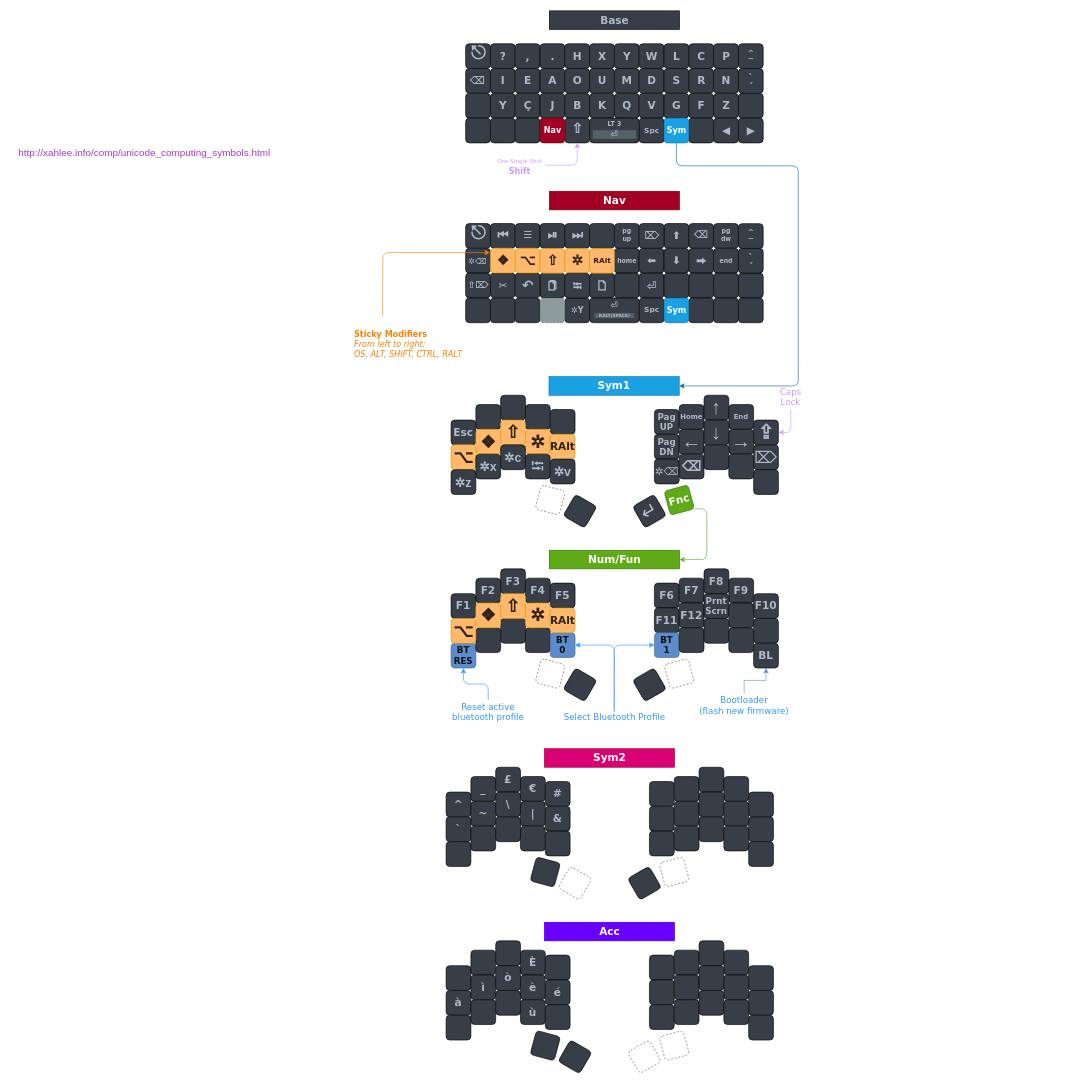
This is Keyboards/diagram/CSTC40 - QWERTY.drawio from DropDeadAlex/sys-customs, a draw.io file, before an edit. Source tidied: cells renumbered, new cells numbered last; positions are measured from the earlier drawing's top-left corner, leaving out a move shared by most shapes. Both pictures are drawn from the tidied source at 62%, with x=0, y=0 at pixel (11, 11).
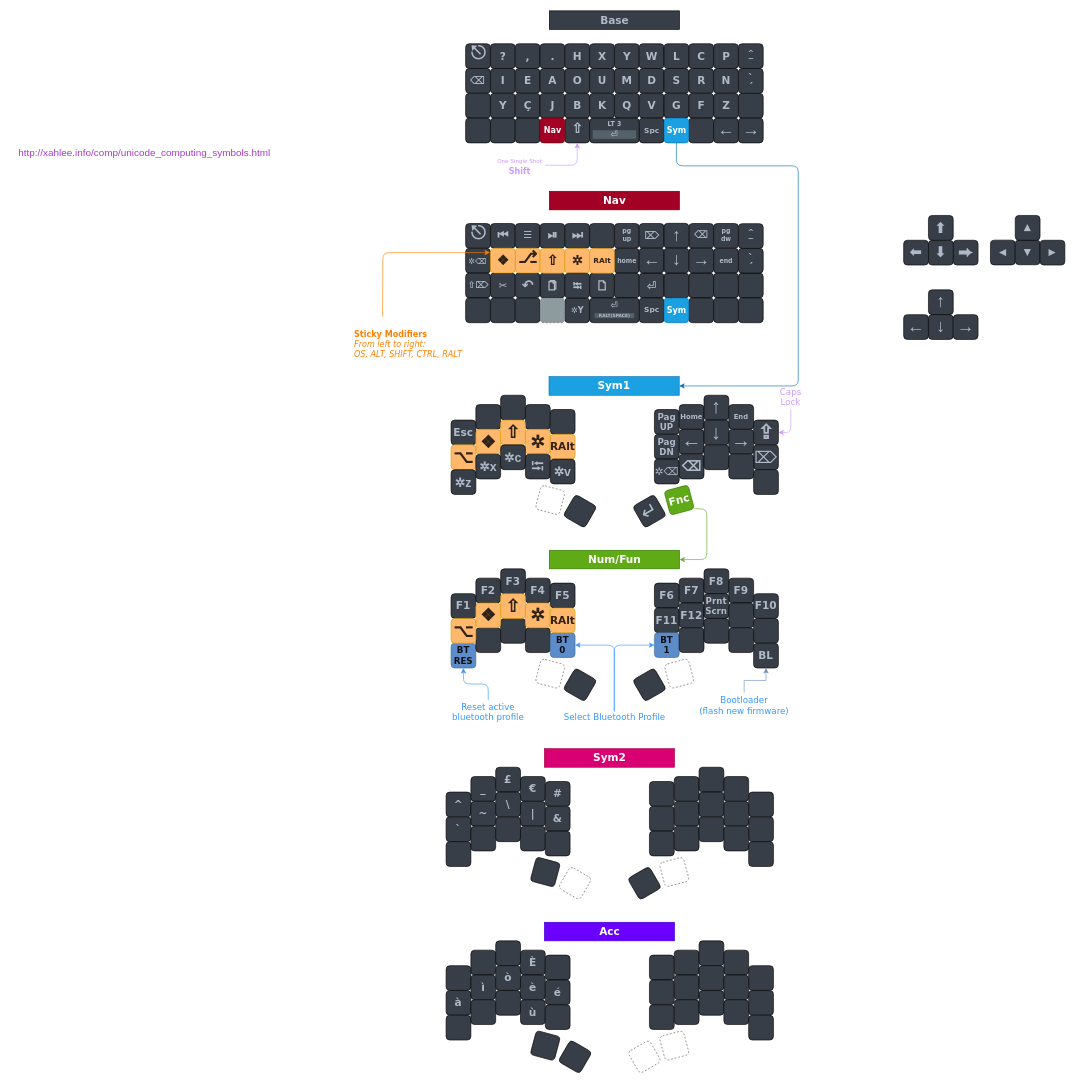
After the change.

What changed in the source:
```diff
@@
-    <mxCell id="24" value="&lt;span style=&quot;font-family: &amp;quot;segoe ui emoji&amp;quot;, &amp;quot;apple color emoji&amp;quot;, &amp;quot;noto color emoji&amp;quot;; font-size: 32px;&quot;&gt;↑&lt;/span&gt;" style="whiteSpace=wrap;html=1;fontSize=17;fontFamily=Verdana;fontStyle=1;fontColor=#AFB9C7;fillColor=#383E47;rounded=1;" parent="1" vertex="1">
+    <mxCell id="24" value="&lt;span style=&quot;font-family: &amp;quot;segoe ui emoji&amp;quot;, &amp;quot;apple color emoji&amp;quot;, &amp;quot;noto color emoji&amp;quot;; font-size: 32px;&quot;&gt;↑&lt;/span&gt;" style="whiteSpace=wrap;html=1;fontSize=17;fontFamily=Verdana;fontStyle=1;fontColor=#AFB9C7;fillColor=#383E47;rounded=1;spacingTop=-4;" parent="1" vertex="1">
       <mxGeometry x="1118" y="620" width="40" height="40" as="geometry" />
     </mxCell>
@@
-    <mxCell id="28" value="&lt;span style=&quot;font-family: &amp;quot;segoe ui emoji&amp;quot;, &amp;quot;apple color emoji&amp;quot;, &amp;quot;noto color emoji&amp;quot;; font-size: 32px;&quot;&gt;←&lt;/span&gt;" style="whiteSpace=wrap;html=1;fontSize=17;fontFamily=Verdana;fontStyle=1;fontColor=#AFB9C7;fillColor=#383E47;rounded=1;" parent="1" vertex="1">
+    <mxCell id="28" value="&lt;span style=&quot;font-family: &amp;quot;segoe ui emoji&amp;quot;, &amp;quot;apple color emoji&amp;quot;, &amp;quot;noto color emoji&amp;quot;; font-size: 32px;&quot;&gt;←&lt;/span&gt;" style="whiteSpace=wrap;html=1;fontSize=17;fontFamily=Verdana;fontStyle=1;fontColor=#AFB9C7;fillColor=#383E47;rounded=1;spacingTop=-4;" parent="1" vertex="1">
       <mxGeometry x="1078" y="675" width="40" height="40" as="geometry" />
     </mxCell>
@@
-    <mxCell id="30" value="&lt;span style=&quot;font-family: &amp;quot;segoe ui emoji&amp;quot;, &amp;quot;apple color emoji&amp;quot;, &amp;quot;noto color emoji&amp;quot;; font-size: 32px;&quot;&gt;→&lt;/span&gt;" style="whiteSpace=wrap;html=1;fontSize=17;fontFamily=Verdana;fontStyle=1;fontColor=#AFB9C7;fillColor=#383E47;rounded=1;" parent="1" vertex="1">
+    <mxCell id="30" value="&lt;span style=&quot;font-family: &amp;quot;segoe ui emoji&amp;quot;, &amp;quot;apple color emoji&amp;quot;, &amp;quot;noto color emoji&amp;quot;; font-size: 32px;&quot;&gt;→&lt;/span&gt;" style="whiteSpace=wrap;html=1;fontSize=17;fontFamily=Verdana;fontStyle=1;fontColor=#AFB9C7;fillColor=#383E47;rounded=1;spacingTop=-4;" parent="1" vertex="1">
       <mxGeometry x="1158" y="675" width="40" height="40" as="geometry" />
     </mxCell>
@@
-    <mxCell id="196" value="◀" style="whiteSpace=wrap;html=1;fontSize=17;fontFamily=Verdana;fontStyle=1;fontColor=#AFB9C7;fillColor=#383E47;rounded=1;" parent="1" vertex="1">
-      <mxGeometry x="1133.5" y="173" width="40" height="40" as="geometry" />
-    </mxCell>
@@
-    <mxCell id="201" value="▶" style="whiteSpace=wrap;html=1;fontSize=17;fontFamily=Verdana;fontStyle=1;fontColor=#AFB9C7;fillColor=#383E47;rounded=1;" parent="1" vertex="1">
-      <mxGeometry x="1173.5" y="173" width="40" height="40" as="geometry" />
-    </mxCell>
@@
-    <mxCell id="212" value="↶" style="whiteSpace=wrap;html=1;fontSize=22;fontFamily=Verdana;fontStyle=1;fontColor=#AFB9C7;fillColor=#383E47;rounded=1;spacingBottom=-1;" parent="1" vertex="1">
+    <mxCell id="212" value="↶" style="whiteSpace=wrap;html=1;fontSize=23;fontFamily=Verdana;fontStyle=1;fontColor=#AFB9C7;fillColor=#383E47;rounded=1;spacingBottom=-1;" parent="1" vertex="1">
       <mxGeometry x="813.5" y="422.7" width="40" height="40" as="geometry" />
     </mxCell>
@@
-    <mxCell id="215" value="⬆" style="whiteSpace=wrap;html=1;fontSize=17;fontFamily=Verdana;fontStyle=1;fontColor=#AFB9C7;fillColor=#383E47;rounded=1;" parent="1" vertex="1">
-      <mxGeometry x="1053.5" y="343" width="40" height="40" as="geometry" />
-    </mxCell>
@@
-    <mxCell id="219" value="⬅" style="whiteSpace=wrap;html=1;fontSize=17;fontFamily=Verdana;fontStyle=1;fontColor=#AFB9C7;fillColor=#383E47;rounded=1;" parent="1" vertex="1">
-      <mxGeometry x="1013.5" y="383" width="40" height="40" as="geometry" />
+    <mxCell id="219" value="◀" style="whiteSpace=wrap;html=1;fontSize=15;fontFamily=Verdana;fontStyle=1;fontColor=#AFB9C7;fillColor=#383E47;rounded=1;spacingTop=-4;" parent="1" vertex="1">
+      <mxGeometry x="1580" y="369.8" width="40" height="40" as="geometry" />
     </mxCell>
-    <mxCell id="220" value="⬇" style="whiteSpace=wrap;html=1;fontSize=17;fontFamily=Verdana;fontStyle=1;fontColor=#AFB9C7;fillColor=#383E47;rounded=1;" parent="1" vertex="1">
-      <mxGeometry x="1053.5" y="383" width="40" height="40" as="geometry" />
-    </mxCell>
-    <mxCell id="221" value="⮕" style="whiteSpace=wrap;html=1;fontSize=17;fontFamily=Verdana;fontStyle=1;fontColor=#AFB9C7;fillColor=#383E47;rounded=1;" parent="1" vertex="1">
-      <mxGeometry x="1093.5" y="383" width="40" height="40" as="geometry" />
+    <mxCell id="221" value="⮕" style="whiteSpace=wrap;html=1;fontSize=24;fontFamily=Verdana;fontStyle=1;fontColor=#AFB9C7;fillColor=#383E47;rounded=1;" parent="1" vertex="1">
+      <mxGeometry x="1520" y="370" width="40" height="40" as="geometry" />
     </mxCell>
@@
-    <mxCell id="246" value="&lt;span style=&quot;font-family: &amp;quot;segoe ui emoji&amp;quot;, &amp;quot;apple color emoji&amp;quot;, &amp;quot;noto color emoji&amp;quot;; font-size: 22px;&quot;&gt;⌥&lt;/span&gt;" style="whiteSpace=wrap;html=1;fontSize=22;fontFamily=Verdana;fontStyle=1;fillColor=#ffb86c;strokeColor=#d79b00;fontColor=#302316;rounded=1;" parent="1" vertex="1">
+    <mxCell id="246" value="&lt;font face=&quot;segoe ui emoji, apple color emoji, noto color emoji&quot; style=&quot;font-size: 27px;&quot;&gt;⎇&lt;/font&gt;" style="whiteSpace=wrap;html=1;fontSize=27;fontFamily=Verdana;fontStyle=1;fillColor=#ffb86c;strokeColor=#d79b00;fontColor=#302316;rounded=1;spacingTop=-9;" parent="1" vertex="1">
       <mxGeometry x="813.5" y="382.8" width="40" height="40" as="geometry" />
     </mxCell>
@@
-    <mxCell id="249" value="&lt;span style=&quot;font-family: &amp;quot;segoe ui emoji&amp;quot;, &amp;quot;apple color emoji&amp;quot;, &amp;quot;noto color emoji&amp;quot;; font-size: 22px;&quot;&gt;✲&lt;/span&gt;" style="whiteSpace=wrap;html=1;fontSize=22;fontFamily=Verdana;fontStyle=1;fillColor=#ffb86c;strokeColor=#d79b00;fontColor=#302316;rounded=1;" parent="1" vertex="1">
+    <mxCell id="249" value="&lt;span style=&quot;font-family: &amp;quot;segoe ui emoji&amp;quot;, &amp;quot;apple color emoji&amp;quot;, &amp;quot;noto color emoji&amp;quot;; font-size: 21px;&quot;&gt;✲&lt;/span&gt;" style="whiteSpace=wrap;html=1;fontSize=21;fontFamily=Verdana;fontStyle=1;fillColor=#ffb86c;strokeColor=#d79b00;fontColor=#302316;rounded=1;" parent="1" vertex="1">
       <mxGeometry x="893.5" y="383.2" width="40" height="40" as="geometry" />
     </mxCell>
@@
+    <mxCell id="257" value="▼" style="whiteSpace=wrap;html=1;fontSize=15;fontFamily=Verdana;fontStyle=1;fontColor=#AFB9C7;fillColor=#383E47;rounded=1;spacingTop=-2;" parent="1" vertex="1">
+      <mxGeometry x="1620" y="369.5" width="40" height="40" as="geometry" />
+    </mxCell>
+    <mxCell id="258" value="▲" style="whiteSpace=wrap;html=1;fontSize=15;fontFamily=Verdana;fontStyle=1;fontColor=#AFB9C7;fillColor=#383E47;rounded=1;spacingTop=-4;" parent="1" vertex="1">
+      <mxGeometry x="1620" y="330" width="40" height="40" as="geometry" />
+    </mxCell>
+    <mxCell id="201" value="▶" style="whiteSpace=wrap;html=1;fontSize=15;fontFamily=Verdana;fontStyle=1;fontColor=#AFB9C7;fillColor=#383E47;rounded=1;spacingTop=-4;" parent="1" vertex="1">
+      <mxGeometry x="1660" y="370" width="40" height="40" as="geometry" />
+    </mxCell>
+    <mxCell id="259" value="&lt;span style=&quot;font-family: &amp;quot;segoe ui emoji&amp;quot;, &amp;quot;apple color emoji&amp;quot;, &amp;quot;noto color emoji&amp;quot;; font-size: 28px;&quot;&gt;←&lt;/span&gt;" style="whiteSpace=wrap;html=1;fontSize=28;fontFamily=Verdana;fontStyle=1;fontColor=#AFB9C7;fillColor=#383E47;rounded=1;spacingTop=-4;" parent="1" vertex="1">
+      <mxGeometry x="1440" y="490" width="40" height="40" as="geometry" />
+    </mxCell>
+    <mxCell id="260" value="&lt;span style=&quot;font-family: &amp;quot;segoe ui emoji&amp;quot;, &amp;quot;apple color emoji&amp;quot;, &amp;quot;noto color emoji&amp;quot;; font-size: 28px;&quot;&gt;↑&lt;/span&gt;" style="whiteSpace=wrap;html=1;fontSize=28;fontFamily=Verdana;fontStyle=1;fontColor=#AFB9C7;fillColor=#383E47;rounded=1;spacingTop=-4;" parent="1" vertex="1">
+      <mxGeometry x="1480" y="450" width="40" height="40" as="geometry" />
+    </mxCell>
+    <mxCell id="261" value="&lt;span style=&quot;font-family: &amp;quot;segoe ui emoji&amp;quot;, &amp;quot;apple color emoji&amp;quot;, &amp;quot;noto color emoji&amp;quot;; font-size: 28px;&quot;&gt;↓&lt;/span&gt;" style="whiteSpace=wrap;html=1;fontSize=28;fontFamily=Verdana;fontStyle=1;fontColor=#AFB9C7;fillColor=#383E47;rounded=1;spacingTop=-4;" parent="1" vertex="1">
+      <mxGeometry x="1480" y="490" width="40" height="40" as="geometry" />
+    </mxCell>
+    <mxCell id="262" value="&lt;span style=&quot;font-family: &amp;quot;segoe ui emoji&amp;quot;, &amp;quot;apple color emoji&amp;quot;, &amp;quot;noto color emoji&amp;quot;; font-size: 28px;&quot;&gt;→&lt;/span&gt;" style="whiteSpace=wrap;html=1;fontSize=28;fontFamily=Verdana;fontStyle=1;fontColor=#AFB9C7;fillColor=#383E47;rounded=1;spacingTop=-4;" parent="1" vertex="1">
+      <mxGeometry x="1520" y="490" width="40" height="40" as="geometry" />
+    </mxCell>
+    <mxCell id="220" value="⬇" style="whiteSpace=wrap;html=1;fontSize=24;fontFamily=Verdana;fontStyle=1;fontColor=#AFB9C7;fillColor=#383E47;rounded=1;" parent="1" vertex="1">
+      <mxGeometry x="1480" y="370" width="40" height="40" as="geometry" />
+    </mxCell>
+    <mxCell id="263" value="⬅" style="whiteSpace=wrap;html=1;fontSize=24;fontFamily=Verdana;fontStyle=1;fontColor=#AFB9C7;fillColor=#383E47;rounded=1;" parent="1" vertex="1">
+      <mxGeometry x="1440" y="370" width="40" height="40" as="geometry" />
+    </mxCell>
+    <mxCell id="215" value="⬆" style="whiteSpace=wrap;html=1;fontSize=24;fontFamily=Verdana;fontStyle=1;fontColor=#AFB9C7;fillColor=#383E47;rounded=1;" parent="1" vertex="1">
+      <mxGeometry x="1480" y="330" width="40" height="40" as="geometry" />
+    </mxCell>
+    <mxCell id="264" value="&lt;span style=&quot;font-family: &amp;quot;segoe ui emoji&amp;quot;, &amp;quot;apple color emoji&amp;quot;, &amp;quot;noto color emoji&amp;quot;; font-size: 28px;&quot;&gt;←&lt;/span&gt;" style="whiteSpace=wrap;html=1;fontSize=28;fontFamily=Verdana;fontStyle=1;fontColor=#AFB9C7;fillColor=#383E47;rounded=1;spacingTop=-4;" parent="1" vertex="1">
+      <mxGeometry x="1013.5" y="382.7" width="40" height="40" as="geometry" />
+    </mxCell>
+    <mxCell id="265" value="&lt;span style=&quot;font-family: &amp;quot;segoe ui emoji&amp;quot;, &amp;quot;apple color emoji&amp;quot;, &amp;quot;noto color emoji&amp;quot;; font-size: 28px;&quot;&gt;↑&lt;/span&gt;" style="whiteSpace=wrap;html=1;fontSize=28;fontFamily=Verdana;fontStyle=1;fontColor=#AFB9C7;fillColor=#383E47;rounded=1;spacingTop=-4;" parent="1" vertex="1">
+      <mxGeometry x="1053.5" y="342.7" width="40" height="40" as="geometry" />
+    </mxCell>
+    <mxCell id="266" value="&lt;span style=&quot;font-family: &amp;quot;segoe ui emoji&amp;quot;, &amp;quot;apple color emoji&amp;quot;, &amp;quot;noto color emoji&amp;quot;; font-size: 28px;&quot;&gt;↓&lt;/span&gt;" style="whiteSpace=wrap;html=1;fontSize=28;fontFamily=Verdana;fontStyle=1;fontColor=#AFB9C7;fillColor=#383E47;rounded=1;spacingTop=-4;" parent="1" vertex="1">
+      <mxGeometry x="1053.5" y="382.7" width="40" height="40" as="geometry" />
+    </mxCell>
+    <mxCell id="267" value="&lt;span style=&quot;font-family: &amp;quot;segoe ui emoji&amp;quot;, &amp;quot;apple color emoji&amp;quot;, &amp;quot;noto color emoji&amp;quot;; font-size: 28px;&quot;&gt;→&lt;/span&gt;" style="whiteSpace=wrap;html=1;fontSize=28;fontFamily=Verdana;fontStyle=1;fontColor=#AFB9C7;fillColor=#383E47;rounded=1;spacingTop=-4;" parent="1" vertex="1">
+      <mxGeometry x="1093.5" y="382.7" width="40" height="40" as="geometry" />
+    </mxCell>
+    <mxCell id="268" value="&lt;span style=&quot;font-family: &amp;quot;segoe ui emoji&amp;quot;, &amp;quot;apple color emoji&amp;quot;, &amp;quot;noto color emoji&amp;quot;; font-size: 28px;&quot;&gt;→&lt;/span&gt;" style="whiteSpace=wrap;html=1;fontSize=28;fontFamily=Verdana;fontStyle=1;fontColor=#AFB9C7;fillColor=#383E47;rounded=1;spacingTop=-4;" parent="1" vertex="1">
+      <mxGeometry x="1173.5" y="173" width="40" height="40" as="geometry" />
+    </mxCell>
+    <mxCell id="269" value="&lt;span style=&quot;font-family: &amp;quot;segoe ui emoji&amp;quot;, &amp;quot;apple color emoji&amp;quot;, &amp;quot;noto color emoji&amp;quot;; font-size: 28px;&quot;&gt;←&lt;/span&gt;" style="whiteSpace=wrap;html=1;fontSize=28;fontFamily=Verdana;fontStyle=1;fontColor=#AFB9C7;fillColor=#383E47;rounded=1;spacingTop=-4;" parent="1" vertex="1">
+      <mxGeometry x="1133.5" y="173" width="40" height="40" as="geometry" />
+    </mxCell>
```
